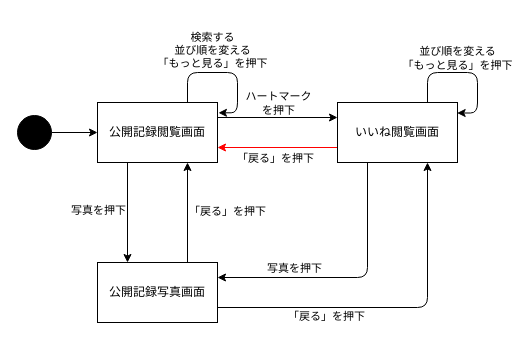
Before: page "公開記録" (5 of 6) of desing/STD.dio in miyong00/ServerProgramming-2026, a draw.io diagram. Source tidied: cells renumbered, new cells numbered last; positions are measured from the earlier drawing's top-left corner, leaving out a move shared by most shapes. Both pictures are drawn from the tidied source at 100%, with x=0, y=0 at pixel (17, 72).
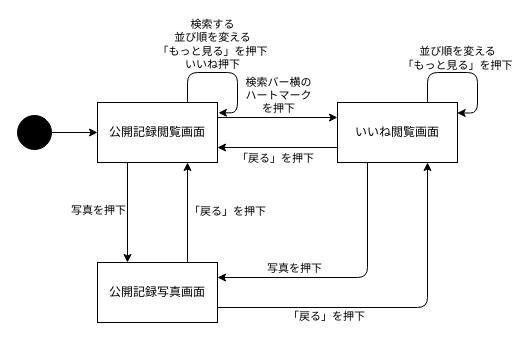
The same page after the edit.

Unchanged cells that the change refers to:
```xml
<mxCell id="2" style="edgeStyle=none;html=1;exitX=1;exitY=0.25;exitDx=0;exitDy=0;entryX=0;entryY=0.25;entryDx=0;entryDy=0;" parent="1" edge="1" source="6" target="15">
  <mxGeometry relative="1" as="geometry" />
</mxCell>
<mxCell id="6" value="公開記録閲覧画面" style="rounded=0;whiteSpace=wrap;html=1;" parent="1" vertex="1">
  <mxGeometry x="80" y="30" width="120" height="60" as="geometry" />
</mxCell>
<mxCell id="9" style="edgeStyle=orthogonalEdgeStyle;html=1;exitX=0.75;exitY=0;exitDx=0;exitDy=0;entryX=1.008;entryY=0.172;entryDx=0;entryDy=0;innerLoopWaypoints=1;entryPerimeter=0;" parent="1" edge="1" source="6" target="6">
  <mxGeometry x="-0.03" relative="1" as="geometry">
    <Array as="points">
      <mxPoint x="170" />
      <mxPoint x="220" />
      <mxPoint x="220" y="40.3" />
    </Array>
  </mxGeometry>
</mxCell>
<mxCell id="15" value="いいね閲覧画面" style="rounded=0;whiteSpace=wrap;html=1;" parent="1" vertex="1">
  <mxGeometry x="320" y="30" width="120" height="60" as="geometry" />
</mxCell>
```

What changed in the source:
```diff
@@
-    <mxCell id="3" value="ハートマーク&lt;div&gt;を押下&lt;/div&gt;" style="edgeLabel;html=1;align=center;verticalAlign=middle;" parent="2" vertex="1">
+    <mxCell id="3" value="&lt;div&gt;検索バー横の&lt;/div&gt;ハートマーク&lt;div&gt;を押下&lt;/div&gt;" style="edgeLabel;html=1;align=center;verticalAlign=middle;" parent="2" vertex="1">
       <mxGeometry y="3" relative="1" as="geometry">
-        <mxPoint y="-12" as="offset" />
+        <mxPoint y="-20" as="offset" />
       </mxGeometry>
     </mxCell>
@@
-    <mxCell id="10" value="検索する&lt;div&gt;並び順を変える&lt;/div&gt;&lt;div&gt;「もっと見る」を押下&lt;/div&gt;" style="edgeLabel;html=1;align=center;verticalAlign=middle;" parent="9" vertex="1">
+    <mxCell id="10" value="検索する&lt;div&gt;並び順を変える&lt;/div&gt;&lt;div&gt;「もっと見る」を押下&lt;/div&gt;&lt;div&gt;いいね押下&lt;/div&gt;" style="edgeLabel;html=1;align=center;verticalAlign=middle;" parent="9" vertex="1">
       <mxGeometry x="-0.23" y="-3" relative="1" as="geometry">
-        <mxPoint y="-26" as="offset" />
+        <mxPoint y="-32" as="offset" />
       </mxGeometry>
     </mxCell>
-    <mxCell id="11" style="edgeStyle=none;html=1;exitX=0;exitY=0.75;exitDx=0;exitDy=0;entryX=1;entryY=0.75;entryDx=0;entryDy=0;strokeColor=#FF0000;" parent="1" edge="1" source="15" target="6">
+    <mxCell id="11" style="edgeStyle=none;html=1;exitX=0;exitY=0.75;exitDx=0;exitDy=0;entryX=1;entryY=0.75;entryDx=0;entryDy=0;strokeColor=#000000;" parent="1" edge="1" source="15" target="6">
       <mxGeometry relative="1" as="geometry" />
     </mxCell>
```
